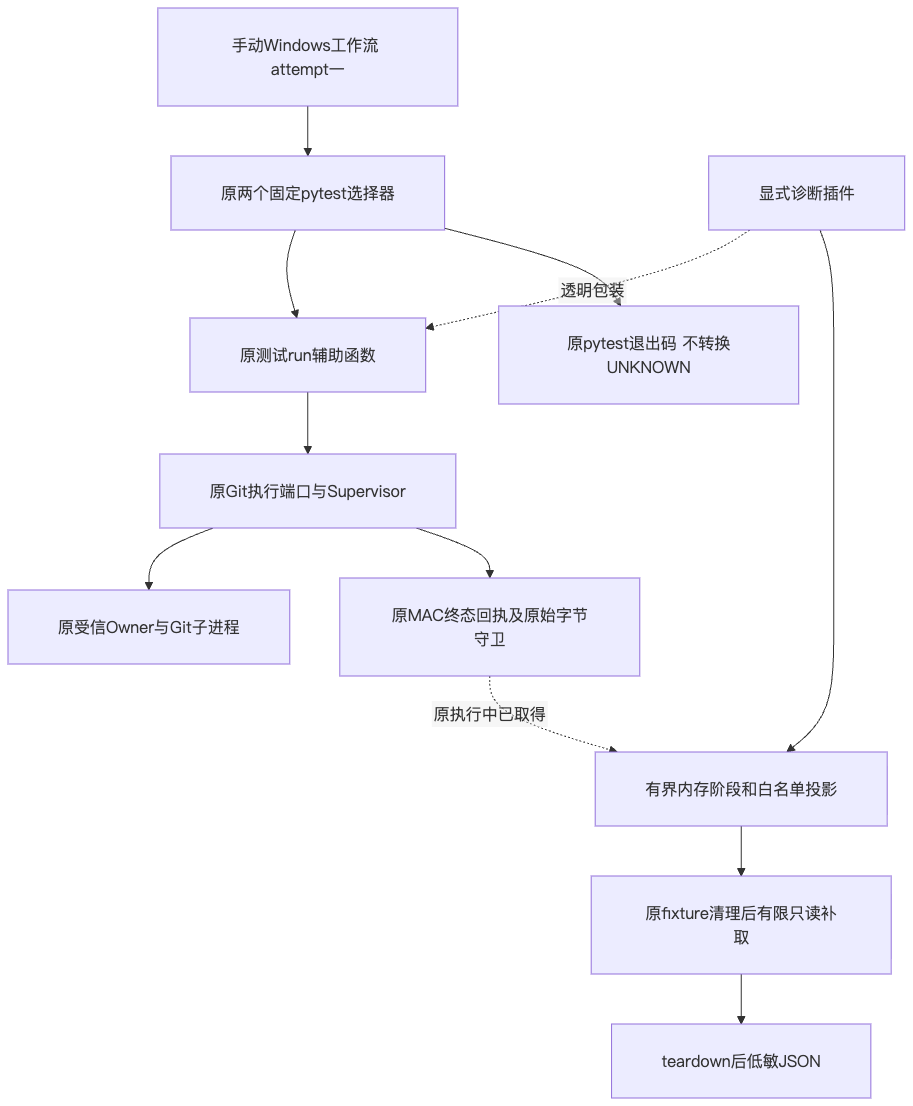
carrie1988/Harnessix keeps this Mermaid diagram as docs/validation/windows-minimum-commit-probe-2026-10-01-v1/diagrams/architecture.png. Above is the earlier version. Its source is kept beside it as docs/validation/windows-minimum-commit-probe-2026-10-01-v1/diagrams/architecture.mmd.
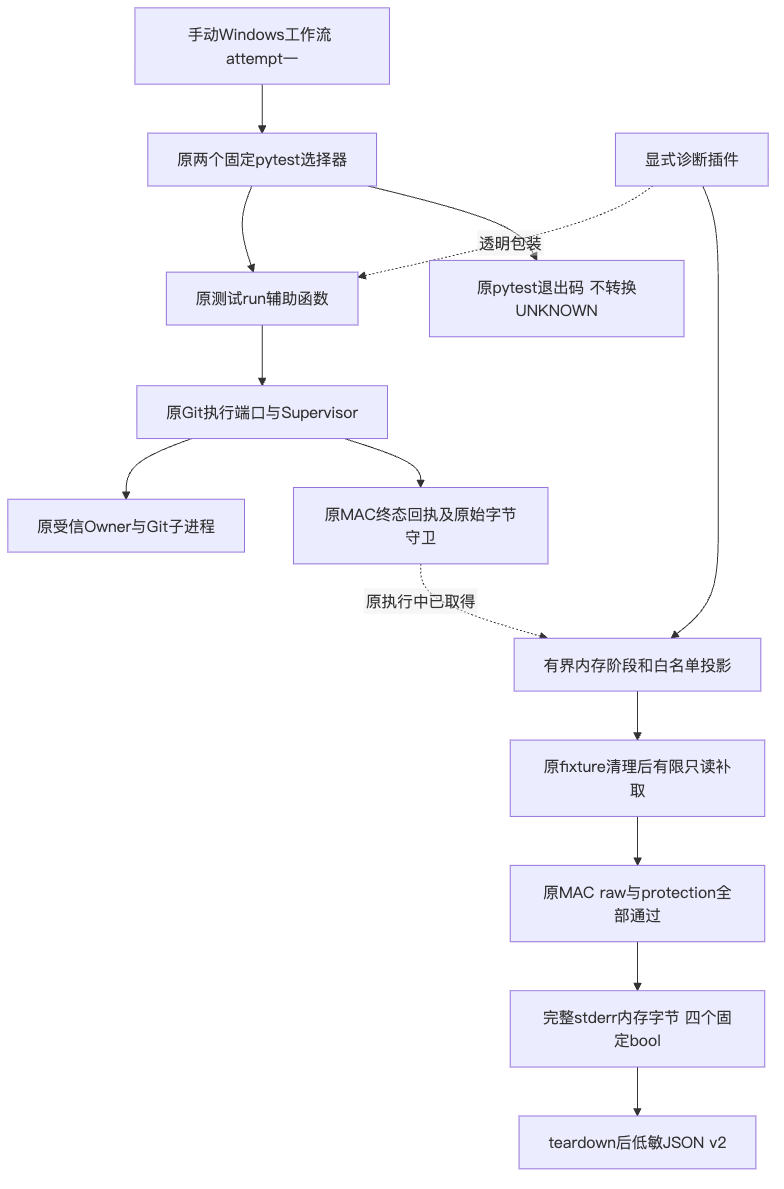
After the change.

The edit, as a diff of the source:
```diff
@@ -8,5 +8,7 @@
   Probe --> Memory[有界内存阶段和白名单投影]
   Receipt -. 原执行中已取得 .-> Memory
   Memory --> After[原fixture清理后有限只读补取]
-  After --> Log[teardown后低敏JSON]
+  After --> Guard[原MAC raw与protection全部通过]
+  Guard --> Signals[完整stderr内存字节 四个固定bool]
+  Signals --> Log[teardown后低敏JSON v2]
   Cases --> Outcome[原pytest退出码 不转换UNKNOWN]
```
